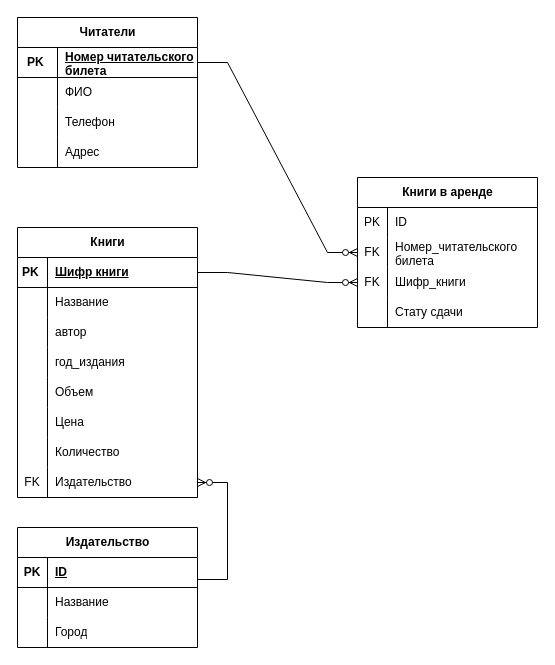
Earlier version of the draw.io diagram Диаграмма библиотеки.drawio (OlegVDE/2.1_Library). Source tidied: cells renumbered, new cells numbered last; positions are measured from the earlier drawing's top-left corner, leaving out a move shared by most shapes. Both pictures are drawn from the tidied source at 100%, with x=0, y=0 at pixel (17, 17).
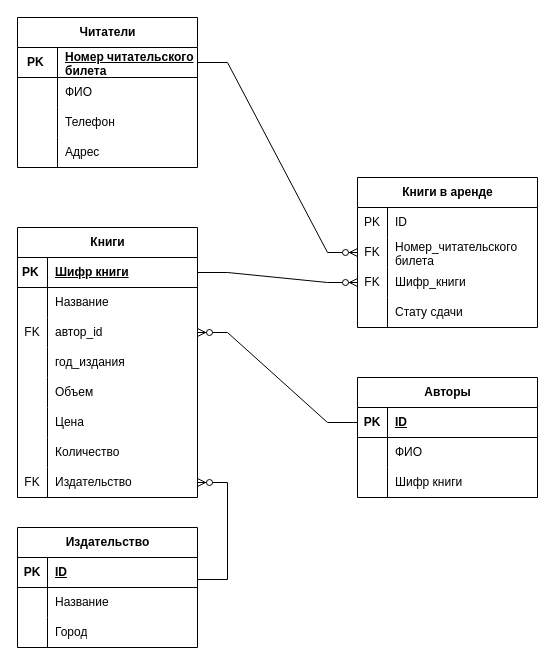
After the change.

Unchanged cells that the change refers to:
```xml
<mxCell id="22" style="shape=tableRow;horizontal=0;startSize=0;swimlaneHead=0;swimlaneBody=0;fillColor=none;points=[[0,0.5],[1,0.5]];portConstraint=eastwest;top=0;left=0;right=0;bottom=0;" parent="15" vertex="1">
  <mxGeometry y="90" width="180" height="30" as="geometry" />
</mxCell>
```

Diff of the diagram source:
```diff
@@
-    <mxCell id="23" style="shape=partialRectangle;fillColor=none;top=0;left=0;bottom=0;right=0;overflow=hidden;whiteSpace=wrap;html=1;" parent="22" vertex="1">
+    <mxCell id="23" value="FK" style="shape=partialRectangle;fillColor=none;top=0;left=0;bottom=0;right=0;overflow=hidden;whiteSpace=wrap;html=1;" parent="22" vertex="1">
       <mxGeometry width="30" height="30" as="geometry" />
     </mxCell>
-    <mxCell id="24" value="автор" style="shape=partialRectangle;fillColor=none;top=0;left=0;bottom=0;right=0;align=left;spacingLeft=6;overflow=hidden;whiteSpace=wrap;html=1;" parent="22" vertex="1">
+    <mxCell id="24" value="автор_id" style="shape=partialRectangle;fillColor=none;top=0;left=0;bottom=0;right=0;align=left;spacingLeft=6;overflow=hidden;whiteSpace=wrap;html=1;" parent="22" vertex="1">
       <mxGeometry x="30" width="150" height="30" as="geometry" />
     </mxCell>
@@
+    <mxCell id="66" value="Авторы" style="shape=table;startSize=30;childLayout=tableLayout;rowLines=0;fontStyle=1;align=center;html=1;" parent="1" vertex="1">
+      <mxGeometry x="340" y="360" width="180" height="120" as="geometry" />
+    </mxCell>
+    <mxCell id="67" style="shape=tableRow;horizontal=0;startSize=0;swimlaneHead=0;swimlaneBody=0;fillColor=none;points=[[0,0.5],[1,0.5]];portConstraint=eastwest;top=0;left=0;right=0;bottom=1;" parent="66" vertex="1">
+      <mxGeometry y="30" width="180" height="30" as="geometry" />
+    </mxCell>
+    <mxCell id="68" value="PK" style="shape=partialRectangle;fillColor=none;top=0;left=0;bottom=0;right=0;fontStyle=1;overflow=hidden;whiteSpace=wrap;html=1;" parent="67" vertex="1">
+      <mxGeometry width="30" height="30" as="geometry" />
+    </mxCell>
+    <mxCell id="69" value="ID" style="shape=partialRectangle;fillColor=none;top=0;left=0;bottom=0;right=0;align=left;spacingLeft=6;fontStyle=5;overflow=hidden;whiteSpace=wrap;html=1;" parent="67" vertex="1">
+      <mxGeometry x="30" width="150" height="30" as="geometry" />
+    </mxCell>
+    <mxCell id="70" style="shape=tableRow;horizontal=0;startSize=0;swimlaneHead=0;swimlaneBody=0;fillColor=none;top=0;left=0;right=0;bottom=0;" parent="66" vertex="1">
+      <mxGeometry y="60" width="180" height="30" as="geometry" />
+    </mxCell>
+    <mxCell id="71" style="shape=partialRectangle;fillColor=none;top=0;left=0;bottom=0;right=0;overflow=hidden;whiteSpace=wrap;html=1;" parent="70" vertex="1">
+      <mxGeometry width="30" height="30" as="geometry" />
+    </mxCell>
+    <mxCell id="72" value="ФИО" style="shape=partialRectangle;fillColor=none;top=0;left=0;bottom=0;right=0;align=left;spacingLeft=6;overflow=hidden;whiteSpace=wrap;html=1;" parent="70" vertex="1">
+      <mxGeometry x="30" width="150" height="30" as="geometry" />
+    </mxCell>
+    <mxCell id="73" style="shape=tableRow;horizontal=0;startSize=0;swimlaneHead=0;swimlaneBody=0;fillColor=none;top=0;left=0;right=0;bottom=0;" parent="66" vertex="1">
+      <mxGeometry y="90" width="180" height="30" as="geometry" />
+    </mxCell>
+    <mxCell id="74" style="shape=partialRectangle;fillColor=none;top=0;left=0;bottom=0;right=0;overflow=hidden;whiteSpace=wrap;html=1;" parent="73" vertex="1">
+      <mxGeometry width="30" height="30" as="geometry" />
+    </mxCell>
+    <mxCell id="75" value="Шифр книги" style="shape=partialRectangle;fillColor=none;top=0;left=0;bottom=0;right=0;align=left;spacingLeft=6;overflow=hidden;whiteSpace=wrap;html=1;" parent="73" vertex="1">
+      <mxGeometry x="30" width="150" height="30" as="geometry" />
+    </mxCell>
+    <mxCell id="76" style="edgeStyle=entityRelationEdgeStyle;fontSize=12;html=1;endArrow=ERzeroToMany;endFill=1;rounded=0;entryX=1;entryY=0.5;entryDx=0;entryDy=0;" parent="1" edge="1" source="67" target="22">
+      <mxGeometry relative="1" as="geometry" />
+    </mxCell>
```
